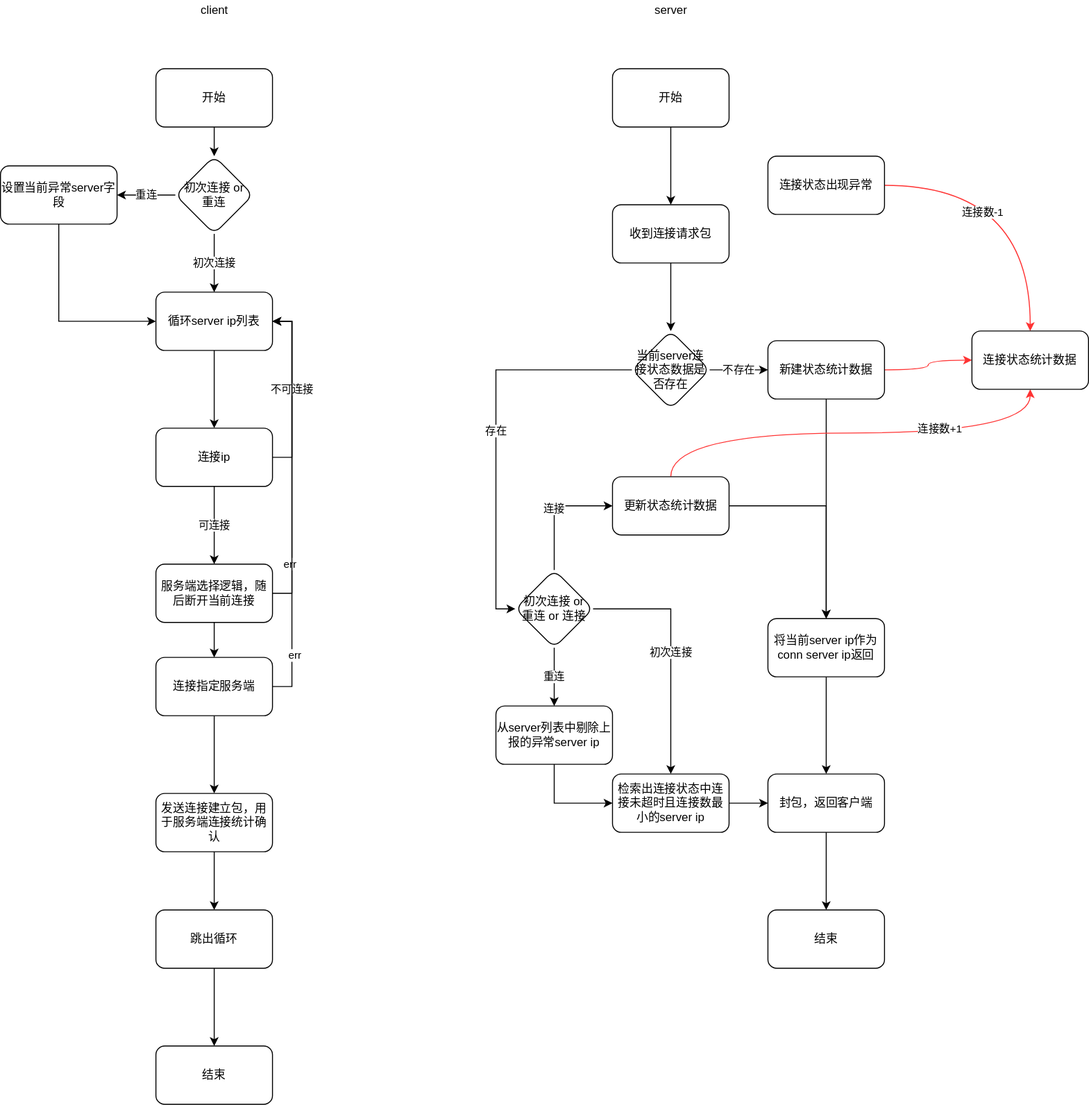
Before: tc_客户端连接服务端逻辑图.svg, a diagram exported from draw.io (c17abab/diag_pics). Source tidied: cells renumbered, new cells last; positions are measured from the earlier drawing's top-left corner, leaving out a move shared by most shapes.
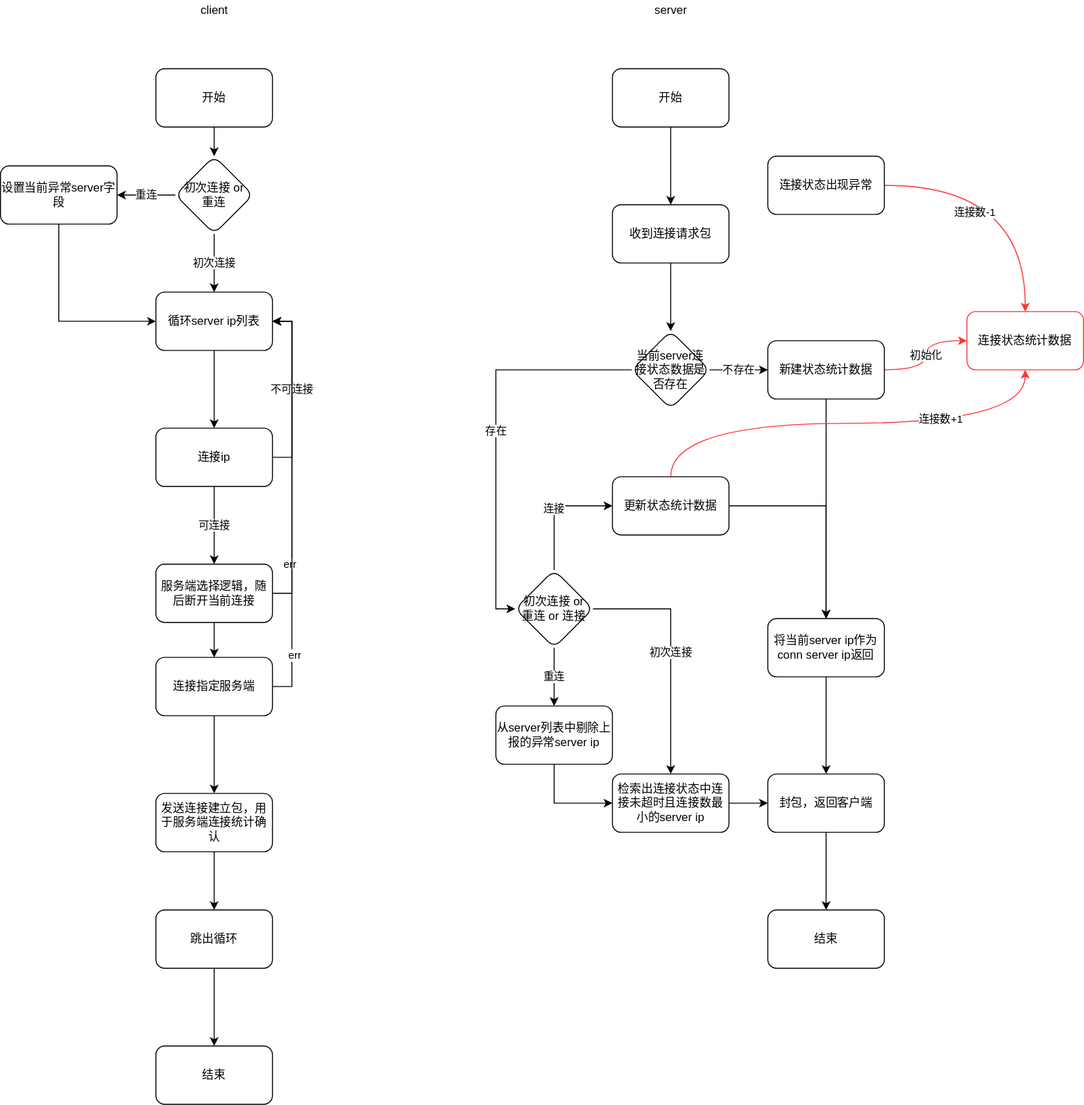
After the commit.

Commit message:
更新tc_客户端连接服务端逻辑图.svg

Change to the diagram source:
```diff
@@ -139,7 +139,7 @@
     <mxCell id="39" style="edgeStyle=orthogonalEdgeStyle;rounded=0;jettySize=auto;html=1;" parent="1" edge="1" source="41" target="43">
       <mxGeometry relative="1" as="geometry" />
     </mxCell>
-    <mxCell id="40" style="edgeStyle=orthogonalEdgeStyle;curved=1;rounded=0;jettySize=auto;html=1;exitX=1;exitY=0.5;exitDx=0;exitDy=0;entryX=0;entryY=0.5;entryDx=0;entryDy=0;strokeColor=#FF3333;" parent="1" edge="1" source="41" target="59">
+    <mxCell id="40" value="初始化" style="edgeStyle=orthogonalEdgeStyle;curved=1;rounded=0;jettySize=auto;html=1;exitX=1;exitY=0.5;exitDx=0;exitDy=0;entryX=0;entryY=0.5;entryDx=0;entryDy=0;strokeColor=#FF3333;" parent="1" edge="1" source="41" target="59">
       <mxGeometry relative="1" as="geometry" />
     </mxCell>
     <mxCell id="41" value="新建状态统计数据" style="whiteSpace=wrap;html=1;rounded=1;" parent="1" vertex="1">
@@ -196,8 +196,8 @@
     <mxCell id="58" value="连接状态出现异常" style="whiteSpace=wrap;html=1;rounded=1;" parent="1" vertex="1">
       <mxGeometry x="790" y="160" width="120" height="60" as="geometry" />
     </mxCell>
-    <mxCell id="59" value="连接状态统计数据" style="whiteSpace=wrap;html=1;rounded=1;" parent="1" vertex="1">
-      <mxGeometry x="1000" y="340" width="120" height="60" as="geometry" />
+    <mxCell id="59" value="连接状态统计数据" style="whiteSpace=wrap;html=1;rounded=1;strokeColor=#FF3333;" parent="1" vertex="1">
+      <mxGeometry x="995" y="320" width="120" height="60" as="geometry" />
     </mxCell>
   </root>
 </mxGraphModel>
```
